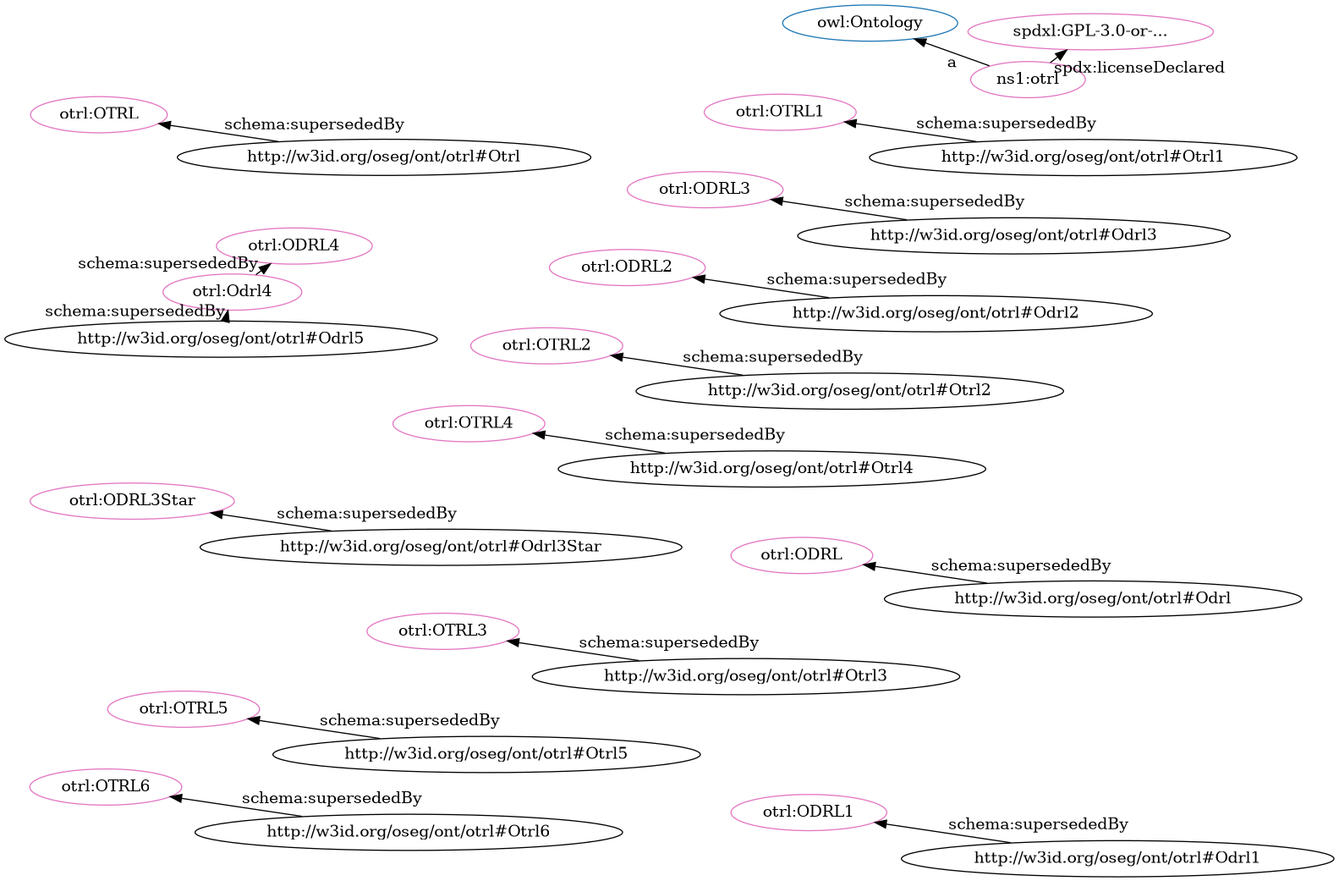
Above: src/spec/fdp_otrl_deprecated.png in iop-alliance/OpenKnowHow (Graphviz), before the change. Its source is kept beside it as src/spec/fdp_otrl_deprecated.dot. Source of this version:
```dot
digraph G {
  rankdir=BT
  node[height=.3]
"http://www.w3.org/2002/07/owl#Ontology" [fillcolor="#1f77b4" color="#1f77b4" label="owl:Ontology"]
"http://w3id.org/oseg/ont/otrl#OTRL4" [fillcolor="#e377c2" color="#e377c2" label="otrl:OTRL4"]
"http://w3id.org/oseg/ont/otrl#Odrl4" [fillcolor="#e377c2" color="#e377c2" label="otrl:Odrl4"]
"http://w3id.org/oseg/ont/otrl#OTRL2" [fillcolor="#e377c2" color="#e377c2" label="otrl:OTRL2"]
"http://w3id.org/oseg/ont/otrl#ODRL3Star" [fillcolor="#e377c2" color="#e377c2" label="otrl:ODRL3Star"]
"http://w3id.org/oseg/ont/otrl#OTRL" [fillcolor="#e377c2" color="#e377c2" label="otrl:OTRL"]
"http://w3id.org/oseg/ont/otrl#OTRL3" [fillcolor="#e377c2" color="#e377c2" label="otrl:OTRL3"]
"http://w3id.org/oseg/ont/otrl#ODRL4" [fillcolor="#e377c2" color="#e377c2" label="otrl:ODRL4"]
"http://w3id.org/oseg/ont/otrl#ODRL" [fillcolor="#e377c2" color="#e377c2" label="otrl:ODRL"]
"http://spdx.org/licenses/GPL-3.0-or-later" [fillcolor="#e377c2" color="#e377c2" label="spdxl:GPL-3.0-or-..."]
"http://w3id.org/oseg/ont/otrl#ODRL2" [fillcolor="#e377c2" color="#e377c2" label="otrl:ODRL2"]
"http://w3id.org/oseg/ont/otrl#ODRL3" [fillcolor="#e377c2" color="#e377c2" label="otrl:ODRL3"]
"http://w3id.org/oseg/ont/otrl#OTRL5" [fillcolor="#e377c2" color="#e377c2" label="otrl:OTRL5"]
"http://w3id.org/oseg/ont/otrl#OTRL1" [fillcolor="#e377c2" color="#e377c2" label="otrl:OTRL1"]
"http://w3id.org/oseg/ont/otrl" [fillcolor="#e377c2" color="#e377c2" label="ns1:otrl"]
"http://w3id.org/oseg/ont/otrl#OTRL6" [fillcolor="#e377c2" color="#e377c2" label="otrl:OTRL6"]
"http://w3id.org/oseg/ont/otrl#ODRL1" [fillcolor="#e377c2" color="#e377c2" label="otrl:ODRL1"]
  "http://w3id.org/oseg/ont/otrl#Otrl4" -> "http://w3id.org/oseg/ont/otrl#OTRL4" [label="schema:supersededBy"]
  "http://w3id.org/oseg/ont/otrl#Odrl5" -> "http://w3id.org/oseg/ont/otrl#Odrl4" [label="schema:supersededBy"]
  "http://w3id.org/oseg/ont/otrl#Odrl3Star" -> "http://w3id.org/oseg/ont/otrl#ODRL3Star" [label="schema:supersededBy"]
  "http://w3id.org/oseg/ont/otrl#Otrl" -> "http://w3id.org/oseg/ont/otrl#OTRL" [label="schema:supersededBy"]
  "http://w3id.org/oseg/ont/otrl#Otrl3" -> "http://w3id.org/oseg/ont/otrl#OTRL3" [label="schema:supersededBy"]
  "http://w3id.org/oseg/ont/otrl#Odrl4" -> "http://w3id.org/oseg/ont/otrl#ODRL4" [label="schema:supersededBy"]
  "http://w3id.org/oseg/ont/otrl#Odrl" -> "http://w3id.org/oseg/ont/otrl#ODRL" [label="schema:supersededBy"]
  "http://w3id.org/oseg/ont/otrl" -> "http://spdx.org/licenses/GPL-3.0-or-later" [label="spdx:licenseDeclared"]
  "http://w3id.org/oseg/ont/otrl#Odrl2" -> "http://w3id.org/oseg/ont/otrl#ODRL2" [label="schema:supersededBy"]
  "http://w3id.org/oseg/ont/otrl#Odrl3" -> "http://w3id.org/oseg/ont/otrl#ODRL3" [label="schema:supersededBy"]
  "http://w3id.org/oseg/ont/otrl#Otrl5" -> "http://w3id.org/oseg/ont/otrl#OTRL5" [label="schema:supersededBy"]
  "http://w3id.org/oseg/ont/otrl#Otrl1" -> "http://w3id.org/oseg/ont/otrl#OTRL1" [label="schema:supersededBy"]
  "http://w3id.org/oseg/ont/otrl" -> "http://www.w3.org/2002/07/owl#Ontology" [label="a"]
  "http://w3id.org/oseg/ont/otrl#Otrl6" -> "http://w3id.org/oseg/ont/otrl#OTRL6" [label="schema:supersededBy"]
  "http://w3id.org/oseg/ont/otrl#Odrl1" -> "http://w3id.org/oseg/ont/otrl#ODRL1" [label="schema:supersededBy"]
  "http://w3id.org/oseg/ont/otrl#Otrl2" -> "http://w3id.org/oseg/ont/otrl#OTRL2" [label="schema:supersededBy"]
}
```
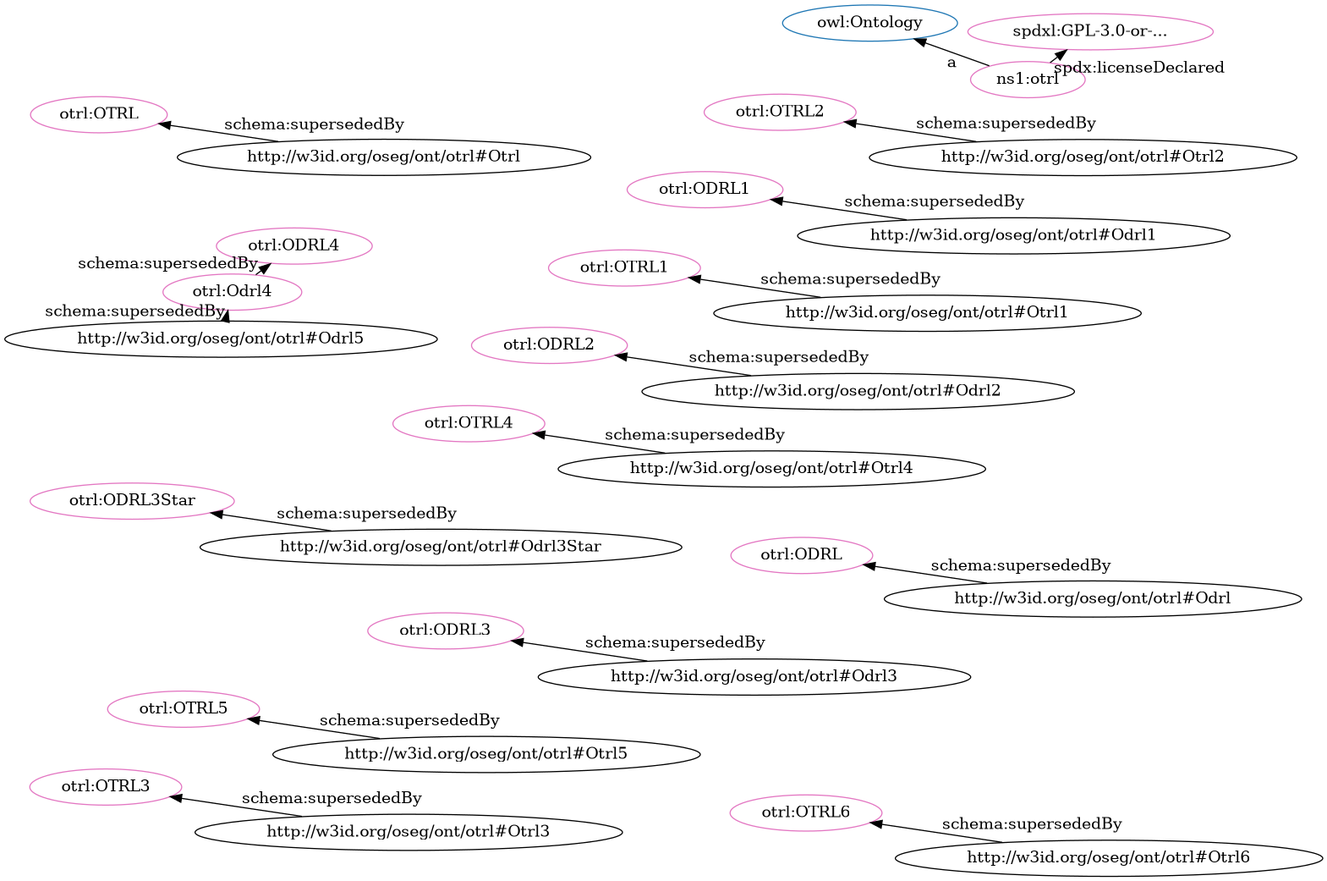
Above is the later version.

Diff of the diagram source:
```diff
@@ -3,35 +3,35 @@
   node[height=.3]
 "http://www.w3.org/2002/07/owl#Ontology" [fillcolor="#1f77b4" color="#1f77b4" label="owl:Ontology"]
 "http://w3id.org/oseg/ont/otrl#OTRL4" [fillcolor="#e377c2" color="#e377c2" label="otrl:OTRL4"]
+"http://w3id.org/oseg/ont/otrl#ODRL2" [fillcolor="#e377c2" color="#e377c2" label="otrl:ODRL2"]
+"http://spdx.org/licenses/GPL-3.0-or-later" [fillcolor="#e377c2" color="#e377c2" label="spdxl:GPL-3.0-or-..."]
 "http://w3id.org/oseg/ont/otrl#Odrl4" [fillcolor="#e377c2" color="#e377c2" label="otrl:Odrl4"]
+"http://w3id.org/oseg/ont/otrl#ODRL3" [fillcolor="#e377c2" color="#e377c2" label="otrl:ODRL3"]
+"http://w3id.org/oseg/ont/otrl#OTRL1" [fillcolor="#e377c2" color="#e377c2" label="otrl:OTRL1"]
+"http://w3id.org/oseg/ont/otrl#ODRL1" [fillcolor="#e377c2" color="#e377c2" label="otrl:ODRL1"]
+"http://w3id.org/oseg/ont/otrl#OTRL5" [fillcolor="#e377c2" color="#e377c2" label="otrl:OTRL5"]
+"http://w3id.org/oseg/ont/otrl#OTRL" [fillcolor="#e377c2" color="#e377c2" label="otrl:OTRL"]
+"http://w3id.org/oseg/ont/otrl" [fillcolor="#e377c2" color="#e377c2" label="ns1:otrl"]
 "http://w3id.org/oseg/ont/otrl#OTRL2" [fillcolor="#e377c2" color="#e377c2" label="otrl:OTRL2"]
 "http://w3id.org/oseg/ont/otrl#ODRL3Star" [fillcolor="#e377c2" color="#e377c2" label="otrl:ODRL3Star"]
-"http://w3id.org/oseg/ont/otrl#OTRL" [fillcolor="#e377c2" color="#e377c2" label="otrl:OTRL"]
 "http://w3id.org/oseg/ont/otrl#OTRL3" [fillcolor="#e377c2" color="#e377c2" label="otrl:OTRL3"]
+"http://w3id.org/oseg/ont/otrl#OTRL6" [fillcolor="#e377c2" color="#e377c2" label="otrl:OTRL6"]
 "http://w3id.org/oseg/ont/otrl#ODRL4" [fillcolor="#e377c2" color="#e377c2" label="otrl:ODRL4"]
 "http://w3id.org/oseg/ont/otrl#ODRL" [fillcolor="#e377c2" color="#e377c2" label="otrl:ODRL"]
-"http://spdx.org/licenses/GPL-3.0-or-later" [fillcolor="#e377c2" color="#e377c2" label="spdxl:GPL-3.0-or-..."]
-"http://w3id.org/oseg/ont/otrl#ODRL2" [fillcolor="#e377c2" color="#e377c2" label="otrl:ODRL2"]
-"http://w3id.org/oseg/ont/otrl#ODRL3" [fillcolor="#e377c2" color="#e377c2" label="otrl:ODRL3"]
-"http://w3id.org/oseg/ont/otrl#OTRL5" [fillcolor="#e377c2" color="#e377c2" label="otrl:OTRL5"]
-"http://w3id.org/oseg/ont/otrl#OTRL1" [fillcolor="#e377c2" color="#e377c2" label="otrl:OTRL1"]
-"http://w3id.org/oseg/ont/otrl" [fillcolor="#e377c2" color="#e377c2" label="ns1:otrl"]
-"http://w3id.org/oseg/ont/otrl#OTRL6" [fillcolor="#e377c2" color="#e377c2" label="otrl:OTRL6"]
-"http://w3id.org/oseg/ont/otrl#ODRL1" [fillcolor="#e377c2" color="#e377c2" label="otrl:ODRL1"]
   "http://w3id.org/oseg/ont/otrl#Otrl4" -> "http://w3id.org/oseg/ont/otrl#OTRL4" [label="schema:supersededBy"]
+  "http://w3id.org/oseg/ont/otrl#Odrl2" -> "http://w3id.org/oseg/ont/otrl#ODRL2" [label="schema:supersededBy"]
+  "http://w3id.org/oseg/ont/otrl" -> "http://spdx.org/licenses/GPL-3.0-or-later" [label="spdx:licenseDeclared"]
   "http://w3id.org/oseg/ont/otrl#Odrl5" -> "http://w3id.org/oseg/ont/otrl#Odrl4" [label="schema:supersededBy"]
+  "http://w3id.org/oseg/ont/otrl#Odrl3" -> "http://w3id.org/oseg/ont/otrl#ODRL3" [label="schema:supersededBy"]
+  "http://w3id.org/oseg/ont/otrl#Odrl1" -> "http://w3id.org/oseg/ont/otrl#ODRL1" [label="schema:supersededBy"]
+  "http://w3id.org/oseg/ont/otrl#Otrl5" -> "http://w3id.org/oseg/ont/otrl#OTRL5" [label="schema:supersededBy"]
+  "http://w3id.org/oseg/ont/otrl#Otrl" -> "http://w3id.org/oseg/ont/otrl#OTRL" [label="schema:supersededBy"]
+  "http://w3id.org/oseg/ont/otrl" -> "http://www.w3.org/2002/07/owl#Ontology" [label="a"]
+  "http://w3id.org/oseg/ont/otrl#Otrl2" -> "http://w3id.org/oseg/ont/otrl#OTRL2" [label="schema:supersededBy"]
   "http://w3id.org/oseg/ont/otrl#Odrl3Star" -> "http://w3id.org/oseg/ont/otrl#ODRL3Star" [label="schema:supersededBy"]
-  "http://w3id.org/oseg/ont/otrl#Otrl" -> "http://w3id.org/oseg/ont/otrl#OTRL" [label="schema:supersededBy"]
   "http://w3id.org/oseg/ont/otrl#Otrl3" -> "http://w3id.org/oseg/ont/otrl#OTRL3" [label="schema:supersededBy"]
+  "http://w3id.org/oseg/ont/otrl#Otrl6" -> "http://w3id.org/oseg/ont/otrl#OTRL6" [label="schema:supersededBy"]
   "http://w3id.org/oseg/ont/otrl#Odrl4" -> "http://w3id.org/oseg/ont/otrl#ODRL4" [label="schema:supersededBy"]
+  "http://w3id.org/oseg/ont/otrl#Otrl1" -> "http://w3id.org/oseg/ont/otrl#OTRL1" [label="schema:supersededBy"]
   "http://w3id.org/oseg/ont/otrl#Odrl" -> "http://w3id.org/oseg/ont/otrl#ODRL" [label="schema:supersededBy"]
-  "http://w3id.org/oseg/ont/otrl" -> "http://spdx.org/licenses/GPL-3.0-or-later" [label="spdx:licenseDeclared"]
-  "http://w3id.org/oseg/ont/otrl#Odrl2" -> "http://w3id.org/oseg/ont/otrl#ODRL2" [label="schema:supersededBy"]
-  "http://w3id.org/oseg/ont/otrl#Odrl3" -> "http://w3id.org/oseg/ont/otrl#ODRL3" [label="schema:supersededBy"]
-  "http://w3id.org/oseg/ont/otrl#Otrl5" -> "http://w3id.org/oseg/ont/otrl#OTRL5" [label="schema:supersededBy"]
-  "http://w3id.org/oseg/ont/otrl#Otrl1" -> "http://w3id.org/oseg/ont/otrl#OTRL1" [label="schema:supersededBy"]
-  "http://w3id.org/oseg/ont/otrl" -> "http://www.w3.org/2002/07/owl#Ontology" [label="a"]
-  "http://w3id.org/oseg/ont/otrl#Otrl6" -> "http://w3id.org/oseg/ont/otrl#OTRL6" [label="schema:supersededBy"]
-  "http://w3id.org/oseg/ont/otrl#Odrl1" -> "http://w3id.org/oseg/ont/otrl#ODRL1" [label="schema:supersededBy"]
-  "http://w3id.org/oseg/ont/otrl#Otrl2" -> "http://w3id.org/oseg/ont/otrl#OTRL2" [label="schema:supersededBy"]
 }
```
